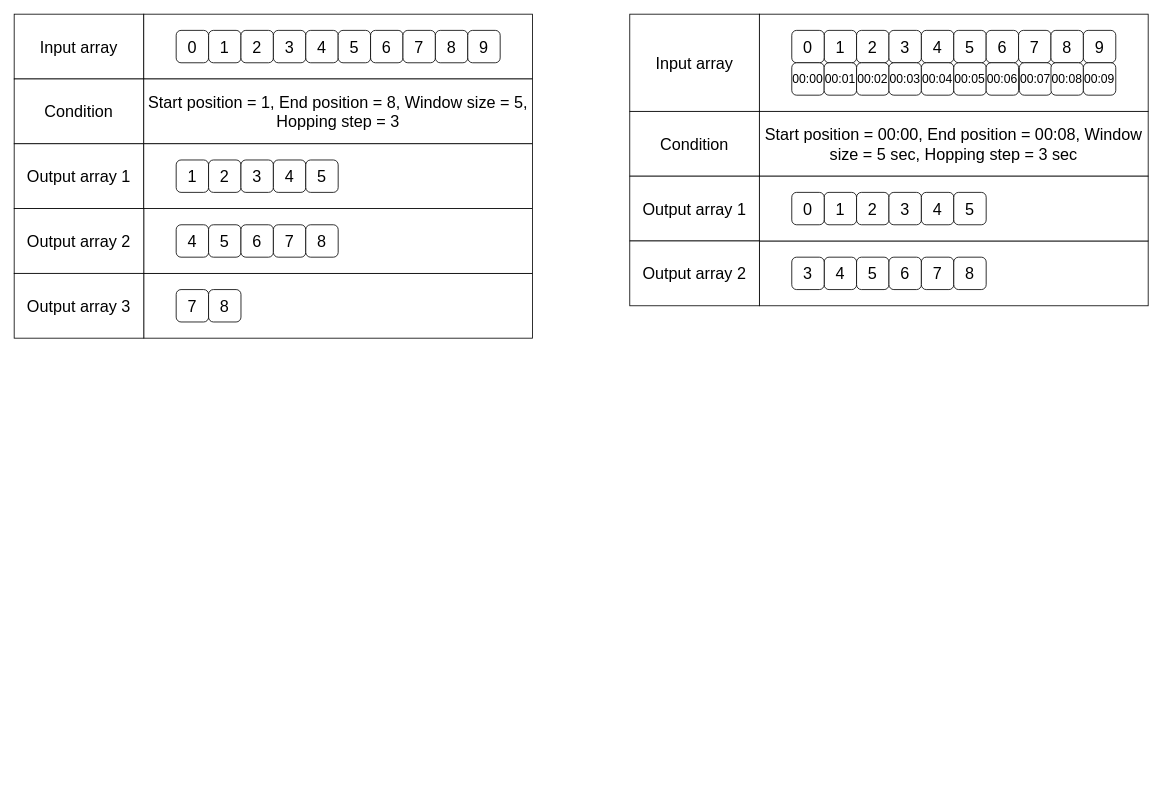
Before: Peponi.Math/Peponi.Math/Docs/Windowing drawing.drawio in peponi-paradise/Peponi, a draw.io diagram. Source tidied: cells renumbered, new cells numbered last; positions are measured from the earlier drawing's top-left corner, leaving out a move shared by most shapes. Both pictures are drawn from the tidied source at 81%, with x=0, y=0 at pixel (14, 14).
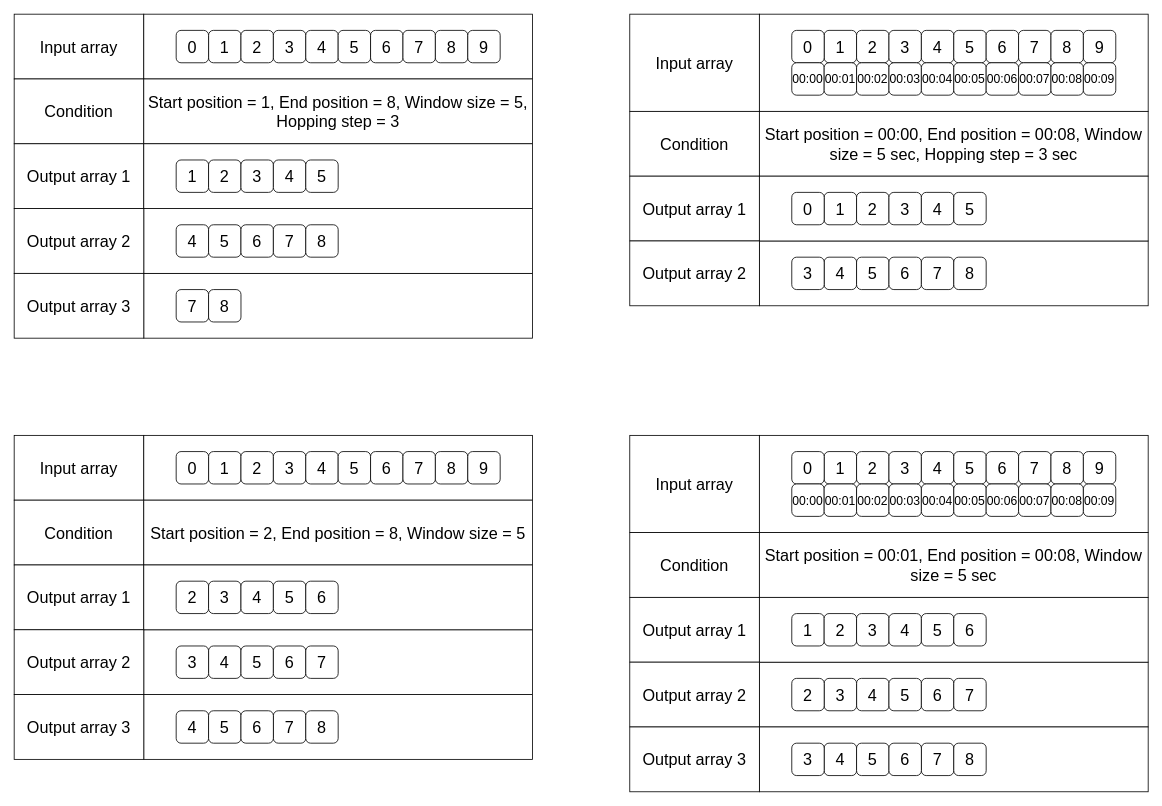
Above is the later version.

Commit message (it also covers changes not shown here):
Windowing Doc 작성중. Time에 관한 로직 재검증 필요

The edit, as a diff of the source:
```diff
@@
     <mxCell id="69" value="00:07" style="rounded=1;whiteSpace=wrap;html=1;fontSize=15;" parent="1" vertex="1">
-      <mxGeometry x="1241" y="60" width="40" height="40" as="geometry" />
+      <mxGeometry x="1240" y="60" width="40" height="40" as="geometry" />
     </mxCell>
@@
+    <mxCell id="74" style="rounded=0;whiteSpace=wrap;html=1;fontSize=20;" parent="1" vertex="1">
+      <mxGeometry x="160" y="840" width="480" height="80" as="geometry" />
+    </mxCell>
+    <mxCell id="75" style="rounded=0;whiteSpace=wrap;html=1;fontSize=20;" parent="1" vertex="1">
+      <mxGeometry x="160" y="760" width="480" height="80" as="geometry" />
+    </mxCell>
+    <mxCell id="76" value="Input array" style="rounded=0;whiteSpace=wrap;html=1;fontSize=20;" parent="1" vertex="1">
+      <mxGeometry y="520" width="160" height="80" as="geometry" />
+    </mxCell>
+    <mxCell id="77" style="rounded=0;whiteSpace=wrap;html=1;fontSize=20;" parent="1" vertex="1">
+      <mxGeometry x="160" y="520" width="480" height="80" as="geometry" />
+    </mxCell>
+    <mxCell id="78" value="1" style="rounded=1;whiteSpace=wrap;html=1;fontSize=20;" parent="1" vertex="1">
+      <mxGeometry x="240" y="540" width="40" height="40" as="geometry" />
+    </mxCell>
+    <mxCell id="79" value="2" style="rounded=1;whiteSpace=wrap;html=1;fontSize=20;" parent="1" vertex="1">
+      <mxGeometry x="280" y="540" width="40" height="40" as="geometry" />
+    </mxCell>
+    <mxCell id="80" value="3" style="rounded=1;whiteSpace=wrap;html=1;fontSize=20;" parent="1" vertex="1">
+      <mxGeometry x="320" y="540" width="40" height="40" as="geometry" />
+    </mxCell>
+    <mxCell id="81" value="4" style="rounded=1;whiteSpace=wrap;html=1;fontSize=20;" parent="1" vertex="1">
+      <mxGeometry x="360" y="540" width="40" height="40" as="geometry" />
+    </mxCell>
+    <mxCell id="82" value="5" style="rounded=1;whiteSpace=wrap;html=1;fontSize=20;" parent="1" vertex="1">
+      <mxGeometry x="400" y="540" width="40" height="40" as="geometry" />
+    </mxCell>
+    <mxCell id="83" value="6" style="rounded=1;whiteSpace=wrap;html=1;fontSize=20;" parent="1" vertex="1">
+      <mxGeometry x="440" y="540" width="40" height="40" as="geometry" />
+    </mxCell>
+    <mxCell id="84" value="7" style="rounded=1;whiteSpace=wrap;html=1;fontSize=20;" parent="1" vertex="1">
+      <mxGeometry x="480" y="540" width="40" height="40" as="geometry" />
+    </mxCell>
+    <mxCell id="85" value="8" style="rounded=1;whiteSpace=wrap;html=1;fontSize=20;" parent="1" vertex="1">
+      <mxGeometry x="520" y="540" width="40" height="40" as="geometry" />
+    </mxCell>
+    <mxCell id="86" value="9" style="rounded=1;whiteSpace=wrap;html=1;fontSize=20;" parent="1" vertex="1">
+      <mxGeometry x="560" y="540" width="40" height="40" as="geometry" />
+    </mxCell>
+    <mxCell id="87" value="Condition" style="rounded=0;whiteSpace=wrap;html=1;fontSize=20;" parent="1" vertex="1">
+      <mxGeometry y="600" width="160" height="80" as="geometry" />
+    </mxCell>
+    <mxCell id="88" value="0" style="rounded=1;whiteSpace=wrap;html=1;fontSize=20;" parent="1" vertex="1">
+      <mxGeometry x="200" y="540" width="40" height="40" as="geometry" />
+    </mxCell>
+    <mxCell id="89" value="Start position = 2, End position = 8, Window size = 5" style="rounded=0;whiteSpace=wrap;html=1;fontSize=20;" parent="1" vertex="1">
+      <mxGeometry x="160" y="600" width="480" height="80" as="geometry" />
+    </mxCell>
+    <mxCell id="90" value="Output array 1" style="rounded=0;whiteSpace=wrap;html=1;fontSize=20;" parent="1" vertex="1">
+      <mxGeometry y="680" width="160" height="80" as="geometry" />
+    </mxCell>
+    <mxCell id="91" style="rounded=0;whiteSpace=wrap;html=1;fontSize=20;" parent="1" vertex="1">
+      <mxGeometry x="160" y="680" width="480" height="80" as="geometry" />
+    </mxCell>
+    <mxCell id="92" value="2" style="rounded=1;whiteSpace=wrap;html=1;fontSize=20;" parent="1" vertex="1">
+      <mxGeometry x="200" y="700" width="40" height="40" as="geometry" />
+    </mxCell>
+    <mxCell id="93" value="3" style="rounded=1;whiteSpace=wrap;html=1;fontSize=20;" parent="1" vertex="1">
+      <mxGeometry x="240" y="700" width="40" height="40" as="geometry" />
+    </mxCell>
+    <mxCell id="94" value="4" style="rounded=1;whiteSpace=wrap;html=1;fontSize=20;" parent="1" vertex="1">
+      <mxGeometry x="280" y="700" width="40" height="40" as="geometry" />
+    </mxCell>
+    <mxCell id="95" value="5" style="rounded=1;whiteSpace=wrap;html=1;fontSize=20;" parent="1" vertex="1">
+      <mxGeometry x="320" y="700" width="40" height="40" as="geometry" />
+    </mxCell>
+    <mxCell id="96" value="4" style="rounded=1;whiteSpace=wrap;html=1;fontSize=20;" parent="1" vertex="1">
+      <mxGeometry x="240" y="780" width="40" height="40" as="geometry" />
+    </mxCell>
+    <mxCell id="97" value="5" style="rounded=1;whiteSpace=wrap;html=1;fontSize=20;" parent="1" vertex="1">
+      <mxGeometry x="280" y="780" width="40" height="40" as="geometry" />
+    </mxCell>
+    <mxCell id="98" value="6" style="rounded=1;whiteSpace=wrap;html=1;fontSize=20;" parent="1" vertex="1">
+      <mxGeometry x="320" y="780" width="40" height="40" as="geometry" />
+    </mxCell>
+    <mxCell id="99" value="7" style="rounded=1;whiteSpace=wrap;html=1;fontSize=20;" parent="1" vertex="1">
+      <mxGeometry x="360" y="780" width="40" height="40" as="geometry" />
+    </mxCell>
+    <mxCell id="100" value="7" style="rounded=1;whiteSpace=wrap;html=1;fontSize=20;" parent="1" vertex="1">
+      <mxGeometry x="320" y="860" width="40" height="40" as="geometry" />
+    </mxCell>
+    <mxCell id="101" value="8" style="rounded=1;whiteSpace=wrap;html=1;fontSize=20;" parent="1" vertex="1">
+      <mxGeometry x="360" y="860" width="40" height="40" as="geometry" />
+    </mxCell>
+    <mxCell id="102" value="Output array 2" style="rounded=0;whiteSpace=wrap;html=1;fontSize=20;" parent="1" vertex="1">
+      <mxGeometry y="760" width="160" height="80" as="geometry" />
+    </mxCell>
+    <mxCell id="103" value="Output array 3" style="rounded=0;whiteSpace=wrap;html=1;fontSize=20;" parent="1" vertex="1">
+      <mxGeometry y="840" width="160" height="80" as="geometry" />
+    </mxCell>
+    <mxCell id="104" value="6" style="rounded=1;whiteSpace=wrap;html=1;fontSize=20;" parent="1" vertex="1">
+      <mxGeometry x="360" y="700" width="40" height="40" as="geometry" />
+    </mxCell>
+    <mxCell id="105" value="3" style="rounded=1;whiteSpace=wrap;html=1;fontSize=20;" parent="1" vertex="1">
+      <mxGeometry x="200" y="780" width="40" height="40" as="geometry" />
+    </mxCell>
+    <mxCell id="106" value="4" style="rounded=1;whiteSpace=wrap;html=1;fontSize=20;" parent="1" vertex="1">
+      <mxGeometry x="200" y="860" width="40" height="40" as="geometry" />
+    </mxCell>
+    <mxCell id="107" value="5" style="rounded=1;whiteSpace=wrap;html=1;fontSize=20;" parent="1" vertex="1">
+      <mxGeometry x="240" y="860" width="40" height="40" as="geometry" />
+    </mxCell>
+    <mxCell id="108" value="6" style="rounded=1;whiteSpace=wrap;html=1;fontSize=20;" parent="1" vertex="1">
+      <mxGeometry x="280" y="860" width="40" height="40" as="geometry" />
+    </mxCell>
+    <mxCell id="109" style="rounded=0;whiteSpace=wrap;html=1;fontSize=20;" parent="1" vertex="1">
+      <mxGeometry x="920" y="800" width="480" height="80" as="geometry" />
+    </mxCell>
+    <mxCell id="110" value="Input array" style="rounded=0;whiteSpace=wrap;html=1;fontSize=20;" parent="1" vertex="1">
+      <mxGeometry x="760" y="520" width="160" height="120" as="geometry" />
+    </mxCell>
+    <mxCell id="111" style="rounded=0;whiteSpace=wrap;html=1;fontSize=20;" parent="1" vertex="1">
+      <mxGeometry x="920" y="520" width="480" height="120" as="geometry" />
+    </mxCell>
+    <mxCell id="112" value="1" style="rounded=1;whiteSpace=wrap;html=1;fontSize=20;" parent="1" vertex="1">
+      <mxGeometry x="1000" y="540" width="40" height="40" as="geometry" />
+    </mxCell>
+    <mxCell id="113" value="2" style="rounded=1;whiteSpace=wrap;html=1;fontSize=20;" parent="1" vertex="1">
+      <mxGeometry x="1040" y="540" width="40" height="40" as="geometry" />
+    </mxCell>
+    <mxCell id="114" value="3" style="rounded=1;whiteSpace=wrap;html=1;fontSize=20;" parent="1" vertex="1">
+      <mxGeometry x="1080" y="540" width="40" height="40" as="geometry" />
+    </mxCell>
+    <mxCell id="115" value="4" style="rounded=1;whiteSpace=wrap;html=1;fontSize=20;" parent="1" vertex="1">
+      <mxGeometry x="1120" y="540" width="40" height="40" as="geometry" />
+    </mxCell>
+    <mxCell id="116" value="5" style="rounded=1;whiteSpace=wrap;html=1;fontSize=20;" parent="1" vertex="1">
+      <mxGeometry x="1160" y="540" width="40" height="40" as="geometry" />
+    </mxCell>
+    <mxCell id="117" value="6" style="rounded=1;whiteSpace=wrap;html=1;fontSize=20;" parent="1" vertex="1">
+      <mxGeometry x="1200" y="540" width="40" height="40" as="geometry" />
+    </mxCell>
+    <mxCell id="118" value="7" style="rounded=1;whiteSpace=wrap;html=1;fontSize=20;" parent="1" vertex="1">
+      <mxGeometry x="1240" y="540" width="40" height="40" as="geometry" />
+    </mxCell>
+    <mxCell id="119" value="8" style="rounded=1;whiteSpace=wrap;html=1;fontSize=20;" parent="1" vertex="1">
+      <mxGeometry x="1280" y="540" width="40" height="40" as="geometry" />
+    </mxCell>
+    <mxCell id="120" value="9" style="rounded=1;whiteSpace=wrap;html=1;fontSize=20;" parent="1" vertex="1">
+      <mxGeometry x="1320" y="540" width="40" height="40" as="geometry" />
+    </mxCell>
+    <mxCell id="121" value="Condition" style="rounded=0;whiteSpace=wrap;html=1;fontSize=20;" parent="1" vertex="1">
+      <mxGeometry x="760" y="640" width="160" height="80" as="geometry" />
+    </mxCell>
+    <mxCell id="122" value="0" style="rounded=1;whiteSpace=wrap;html=1;fontSize=20;" parent="1" vertex="1">
+      <mxGeometry x="960" y="540" width="40" height="40" as="geometry" />
+    </mxCell>
+    <mxCell id="123" value="Start position = 00:01, End position = 00:08, Window size = 5 sec" style="rounded=0;whiteSpace=wrap;html=1;fontSize=20;" parent="1" vertex="1">
+      <mxGeometry x="920" y="640" width="480" height="80" as="geometry" />
+    </mxCell>
+    <mxCell id="124" value="Output array 1" style="rounded=0;whiteSpace=wrap;html=1;fontSize=20;" parent="1" vertex="1">
+      <mxGeometry x="760" y="720" width="160" height="80" as="geometry" />
+    </mxCell>
+    <mxCell id="125" style="rounded=0;whiteSpace=wrap;html=1;fontSize=20;" parent="1" vertex="1">
+      <mxGeometry x="920" y="720" width="480" height="80" as="geometry" />
+    </mxCell>
+    <mxCell id="126" value="1" style="rounded=1;whiteSpace=wrap;html=1;fontSize=20;" parent="1" vertex="1">
+      <mxGeometry x="960" y="740" width="40" height="40" as="geometry" />
+    </mxCell>
+    <mxCell id="127" value="2" style="rounded=1;whiteSpace=wrap;html=1;fontSize=20;" parent="1" vertex="1">
+      <mxGeometry x="1000" y="740" width="40" height="40" as="geometry" />
+    </mxCell>
+    <mxCell id="128" value="3" style="rounded=1;whiteSpace=wrap;html=1;fontSize=20;" parent="1" vertex="1">
+      <mxGeometry x="1040" y="740" width="40" height="40" as="geometry" />
+    </mxCell>
+    <mxCell id="129" value="4" style="rounded=1;whiteSpace=wrap;html=1;fontSize=20;" parent="1" vertex="1">
+      <mxGeometry x="1080" y="740" width="40" height="40" as="geometry" />
+    </mxCell>
+    <mxCell id="130" value="5" style="rounded=1;whiteSpace=wrap;html=1;fontSize=20;" parent="1" vertex="1">
+      <mxGeometry x="1120" y="740" width="40" height="40" as="geometry" />
+    </mxCell>
+    <mxCell id="131" value="4" style="rounded=1;whiteSpace=wrap;html=1;fontSize=20;" parent="1" vertex="1">
+      <mxGeometry x="1040" y="820" width="40" height="40" as="geometry" />
+    </mxCell>
+    <mxCell id="132" value="5" style="rounded=1;whiteSpace=wrap;html=1;fontSize=20;" parent="1" vertex="1">
+      <mxGeometry x="1080" y="820" width="40" height="40" as="geometry" />
+    </mxCell>
+    <mxCell id="133" value="6" style="rounded=1;whiteSpace=wrap;html=1;fontSize=20;" parent="1" vertex="1">
+      <mxGeometry x="1120" y="820" width="40" height="40" as="geometry" />
+    </mxCell>
+    <mxCell id="134" value="7" style="rounded=1;whiteSpace=wrap;html=1;fontSize=20;" parent="1" vertex="1">
+      <mxGeometry x="1160" y="820" width="40" height="40" as="geometry" />
+    </mxCell>
+    <mxCell id="135" value="Output array 2" style="rounded=0;whiteSpace=wrap;html=1;fontSize=20;" parent="1" vertex="1">
+      <mxGeometry x="760" y="800" width="160" height="80" as="geometry" />
+    </mxCell>
+    <mxCell id="136" value="00:00" style="rounded=1;whiteSpace=wrap;html=1;fontSize=15;" parent="1" vertex="1">
+      <mxGeometry x="960" y="580" width="40" height="40" as="geometry" />
+    </mxCell>
+    <mxCell id="137" value="00:01" style="rounded=1;whiteSpace=wrap;html=1;fontSize=15;" parent="1" vertex="1">
+      <mxGeometry x="1000" y="580" width="40" height="40" as="geometry" />
+    </mxCell>
+    <mxCell id="138" value="00:02" style="rounded=1;whiteSpace=wrap;html=1;fontSize=15;" parent="1" vertex="1">
+      <mxGeometry x="1040" y="580" width="40" height="40" as="geometry" />
+    </mxCell>
+    <mxCell id="139" value="00:03" style="rounded=1;whiteSpace=wrap;html=1;fontSize=15;" parent="1" vertex="1">
+      <mxGeometry x="1080" y="580" width="40" height="40" as="geometry" />
+    </mxCell>
+    <mxCell id="140" value="00:04" style="rounded=1;whiteSpace=wrap;html=1;fontSize=15;" parent="1" vertex="1">
+      <mxGeometry x="1120" y="580" width="40" height="40" as="geometry" />
+    </mxCell>
+    <mxCell id="141" value="00:05" style="rounded=1;whiteSpace=wrap;html=1;fontSize=15;" parent="1" vertex="1">
+      <mxGeometry x="1160" y="580" width="40" height="40" as="geometry" />
+    </mxCell>
+    <mxCell id="142" value="00:06" style="rounded=1;whiteSpace=wrap;html=1;fontSize=15;" parent="1" vertex="1">
+      <mxGeometry x="1200" y="580" width="40" height="40" as="geometry" />
+    </mxCell>
+    <mxCell id="143" value="00:07" style="rounded=1;whiteSpace=wrap;html=1;fontSize=15;" parent="1" vertex="1">
+      <mxGeometry x="1240" y="580" width="40" height="40" as="geometry" />
+    </mxCell>
+    <mxCell id="144" value="00:08" style="rounded=1;whiteSpace=wrap;html=1;fontSize=15;" parent="1" vertex="1">
+      <mxGeometry x="1280" y="580" width="40" height="40" as="geometry" />
+    </mxCell>
+    <mxCell id="145" value="00:09" style="rounded=1;whiteSpace=wrap;html=1;fontSize=15;" parent="1" vertex="1">
+      <mxGeometry x="1320" y="580" width="40" height="40" as="geometry" />
+    </mxCell>
+    <mxCell id="146" value="3" style="rounded=1;whiteSpace=wrap;html=1;fontSize=20;" parent="1" vertex="1">
+      <mxGeometry x="1000" y="820" width="40" height="40" as="geometry" />
+    </mxCell>
+    <mxCell id="147" value="6" style="rounded=1;whiteSpace=wrap;html=1;fontSize=20;" parent="1" vertex="1">
+      <mxGeometry x="1160" y="740" width="40" height="40" as="geometry" />
+    </mxCell>
+    <mxCell id="148" value="2" style="rounded=1;whiteSpace=wrap;html=1;fontSize=20;" parent="1" vertex="1">
+      <mxGeometry x="960" y="820" width="40" height="40" as="geometry" />
+    </mxCell>
+    <mxCell id="149" style="rounded=0;whiteSpace=wrap;html=1;fontSize=20;" parent="1" vertex="1">
+      <mxGeometry x="920" y="880" width="480" height="80" as="geometry" />
+    </mxCell>
+    <mxCell id="150" value="7" style="rounded=1;whiteSpace=wrap;html=1;fontSize=20;" parent="1" vertex="1">
+      <mxGeometry x="1120" y="900" width="40" height="40" as="geometry" />
+    </mxCell>
+    <mxCell id="151" value="8" style="rounded=1;whiteSpace=wrap;html=1;fontSize=20;" parent="1" vertex="1">
+      <mxGeometry x="1160" y="900" width="40" height="40" as="geometry" />
+    </mxCell>
+    <mxCell id="152" value="Output array 3" style="rounded=0;whiteSpace=wrap;html=1;fontSize=20;" parent="1" vertex="1">
+      <mxGeometry x="760" y="880" width="160" height="80" as="geometry" />
+    </mxCell>
+    <mxCell id="153" value="4" style="rounded=1;whiteSpace=wrap;html=1;fontSize=20;" parent="1" vertex="1">
+      <mxGeometry x="1000" y="900" width="40" height="40" as="geometry" />
+    </mxCell>
+    <mxCell id="154" value="5" style="rounded=1;whiteSpace=wrap;html=1;fontSize=20;" parent="1" vertex="1">
+      <mxGeometry x="1040" y="900" width="40" height="40" as="geometry" />
+    </mxCell>
+    <mxCell id="155" value="6" style="rounded=1;whiteSpace=wrap;html=1;fontSize=20;" parent="1" vertex="1">
+      <mxGeometry x="1080" y="900" width="40" height="40" as="geometry" />
+    </mxCell>
+    <mxCell id="156" value="3" style="rounded=1;whiteSpace=wrap;html=1;fontSize=20;" parent="1" vertex="1">
+      <mxGeometry x="960" y="900" width="40" height="40" as="geometry" />
+    </mxCell>
```
